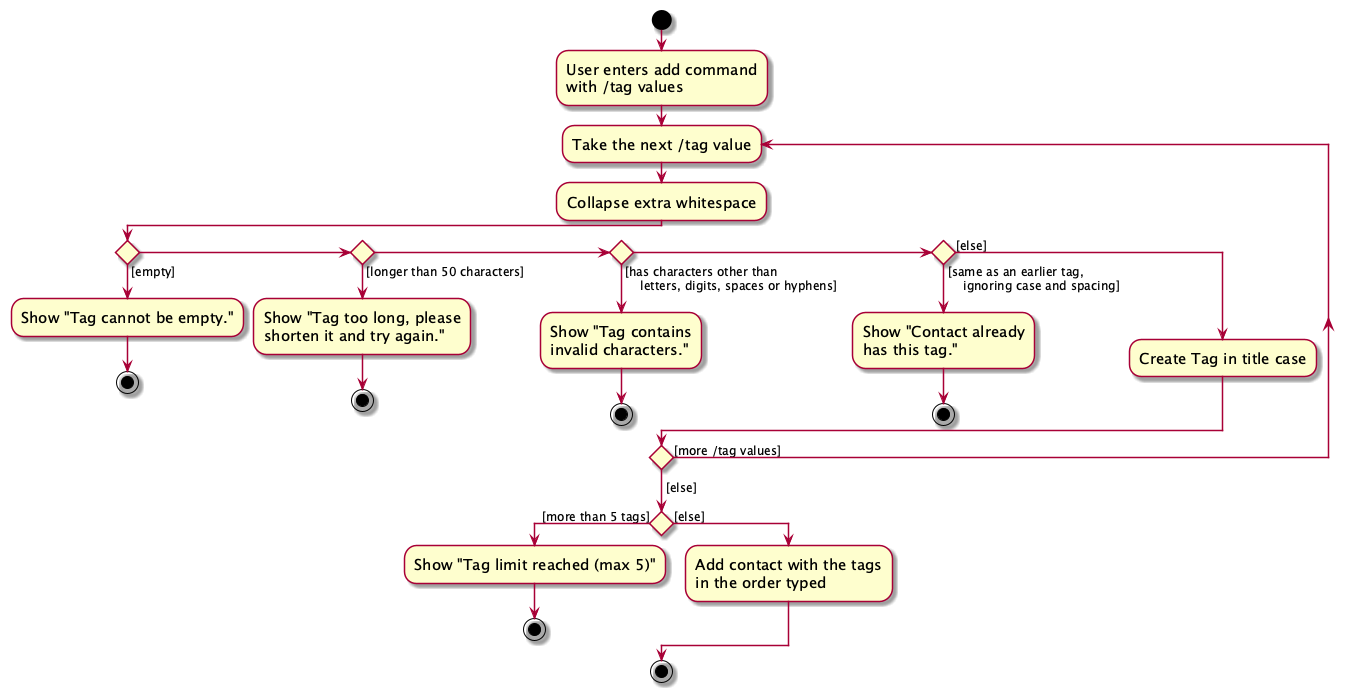
The PlantUML diagram docs/images/TagValidationActivityDiagram.png in AY2627S1-CS2103T-F10-1/tp, before a commit. Source of this version:
```plantuml
@startuml
skin rose
skinparam ActivityFontSize 15
skinparam ArrowFontSize 12
start
:User enters add command
with /tag values;

repeat :Take the next /tag value;
    :Collapse extra whitespace;
    if () then ([empty])
        :Show "Tag cannot be empty.";
        stop
    elseif () then ([longer than 50 characters])
        :Show "Tag too long, please
        shorten it and try again.";
        stop
    elseif () then ([has characters other than
    letters, digits, spaces or hyphens])
        :Show "Tag contains
        invalid characters.";
        stop
    elseif () then ([same as an earlier tag,
    ignoring case and spacing])
        :Show "Contact already
        has this tag.";
        stop
    else ([else])
        :Create Tag in title case;
    endif
repeat while () is ([more /tag values])
->[else];

if () then ([more than 5 tags])
    :Show "Tag limit reached (max 5)";
    stop
else ([else])
    :Add contact with the tags
    in the order typed;
endif
stop
@enduml
```
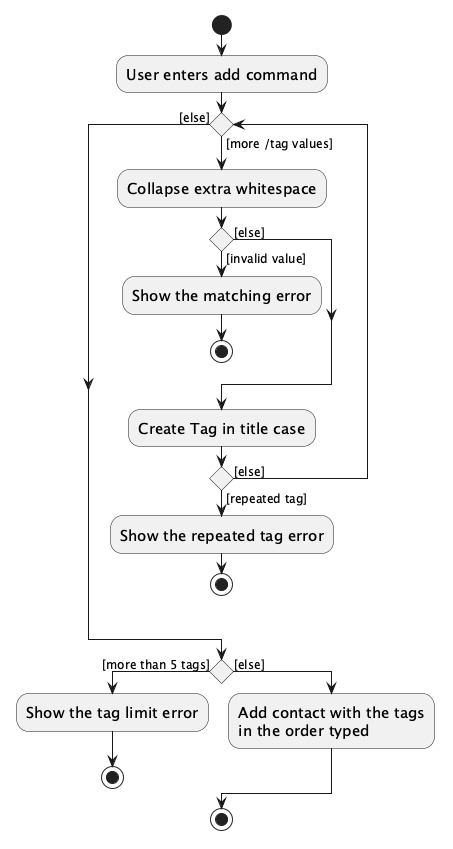
After the change.

Commit message:
DG: Correct the tag validation diagram

The diagram checks for a repeated tag before creating the Tag, although
the code creates it first, and it leaves out the title-case length check.
Its separate error paths make it wide, and its colors differ from the
other activity diagrams.

Let's show the real order, group the invalid value checks, which the DG
text already lists, and drop `skin rose`.

What changed in the source:
```diff
@@ -1,38 +1,26 @@
 @startuml
-skin rose
 skinparam ActivityFontSize 15
 skinparam ArrowFontSize 12
 start
-:User enters add command
-with /tag values;
+:User enters add command;
 
-repeat :Take the next /tag value;
+while () is ([more /tag values])
     :Collapse extra whitespace;
-    if () then ([empty])
-        :Show "Tag cannot be empty.";
-        stop
-    elseif () then ([longer than 50 characters])
-        :Show "Tag too long, please
-        shorten it and try again.";
-        stop
-    elseif () then ([has characters other than
-    letters, digits, spaces or hyphens])
-        :Show "Tag contains
-        invalid characters.";
-        stop
-    elseif () then ([same as an earlier tag,
-    ignoring case and spacing])
-        :Show "Contact already
-        has this tag.";
+    if () then ([invalid value])
+        :Show the matching error;
         stop
     else ([else])
-        :Create Tag in title case;
     endif
-repeat while () is ([more /tag values])
-->[else];
+    :Create Tag in title case;
+    if () then ([repeated tag])
+        :Show the repeated tag error;
+        stop
+    else ([else])
+    endif
+endwhile ([else])
 
 if () then ([more than 5 tags])
-    :Show "Tag limit reached (max 5)";
+    :Show the tag limit error;
     stop
 else ([else])
     :Add contact with the tags
```
